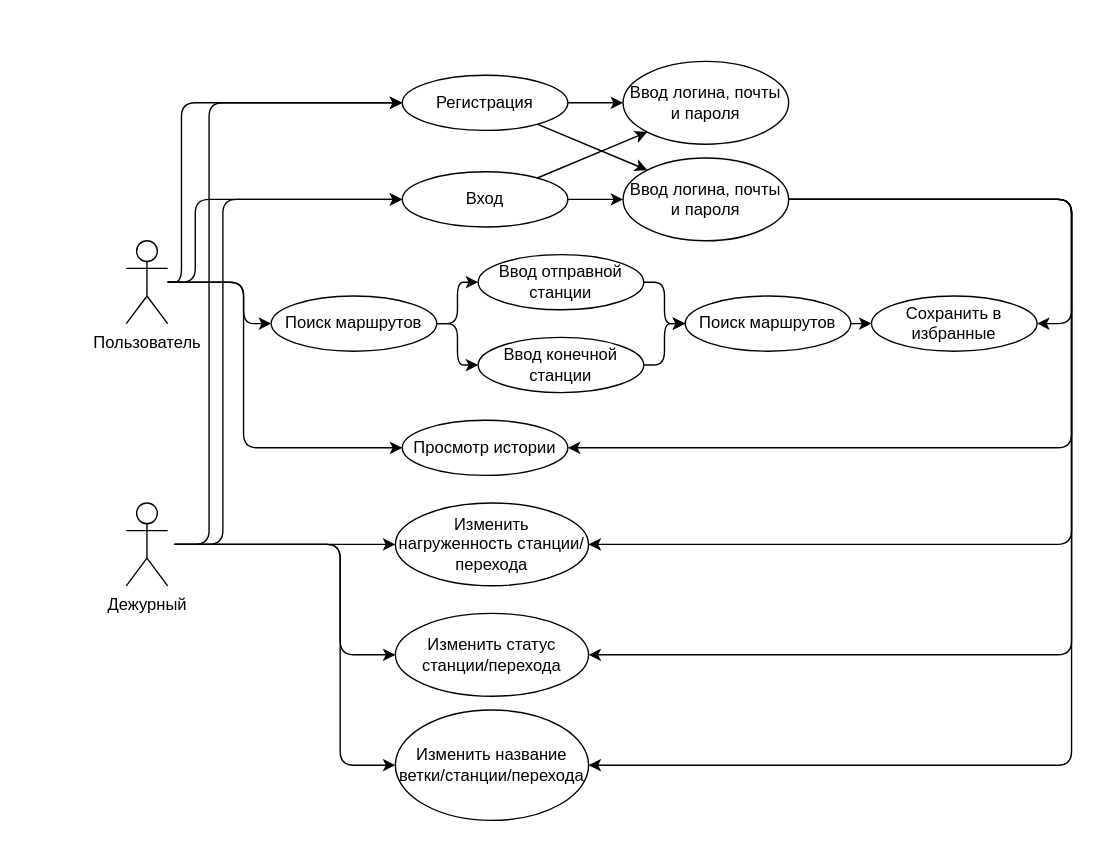
The draw.io diagram charts/use-case.drawio in Mihyich/PPO, before the edit. Source tidied: cells renumbered, new cells numbered last; positions are measured from the earlier drawing's top-left corner, leaving out a move shared by most shapes. Both pictures are drawn from the tidied source at 138%, with x=0, y=0 at pixel (126, 61).
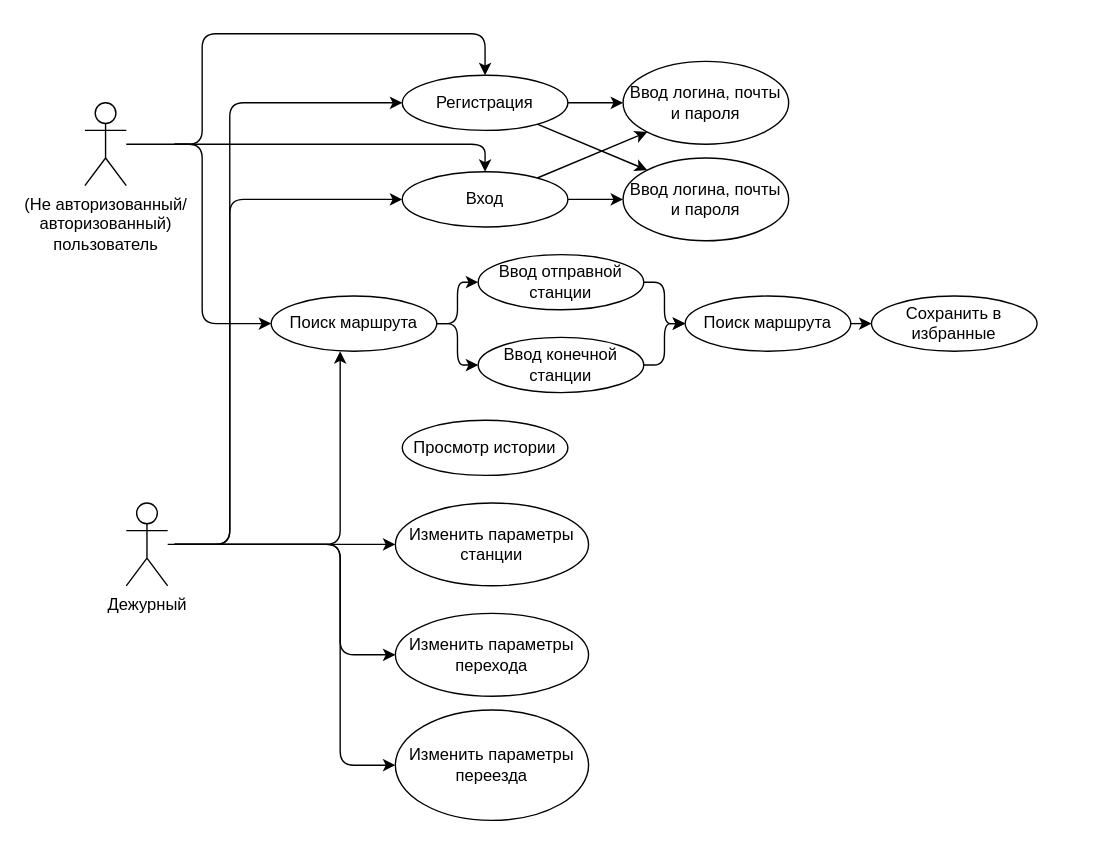
The same page after the edit.

Unchanged cells that the change refers to:
```xml
<mxCell id="12" value="Дежурный" style="shape=umlActor;verticalLabelPosition=bottom;verticalAlign=top;html=1;outlineConnect=0;" parent="1" vertex="1">
  <mxGeometry y="320" width="30" height="60" as="geometry" />
</mxCell>
<mxCell id="15" value="Регистрация" style="ellipse;whiteSpace=wrap;html=1;" parent="1" vertex="1">
  <mxGeometry x="200" y="10" width="120" height="40" as="geometry" />
</mxCell>
<mxCell id="18" value="Вход" style="ellipse;whiteSpace=wrap;html=1;" parent="1" vertex="1">
  <mxGeometry x="200" y="80" width="120" height="40" as="geometry" />
</mxCell>
<mxCell id="25" value="&lt;span style=&quot;color: rgb(0, 0, 0);&quot;&gt;Ввод логина, почты и пароля&lt;/span&gt;" style="ellipse;whiteSpace=wrap;html=1;" parent="1" vertex="1">
  <mxGeometry x="360" y="70" width="120" height="60" as="geometry" />
</mxCell>
<mxCell id="30" value="Сохранить в избранные" style="ellipse;whiteSpace=wrap;html=1;" parent="1" vertex="1">
  <mxGeometry x="540" y="170" width="120" height="40" as="geometry" />
</mxCell>
<mxCell id="34" value="Просмотр истории" style="ellipse;whiteSpace=wrap;html=1;" parent="1" vertex="1">
  <mxGeometry x="200" y="260" width="120" height="40" as="geometry" />
</mxCell>
```

Diff of the diagram source:
```diff
@@
-    <mxCell id="2" style="edgeStyle=orthogonalEdgeStyle;html=1;entryX=0;entryY=0.5;entryDx=0;entryDy=0;" parent="1" edge="1" target="15">
-      <mxGeometry relative="1" as="geometry">
-        <mxPoint x="30" y="160" as="sourcePoint" />
-        <Array as="points">
-          <mxPoint x="40" y="160" />
-          <mxPoint x="40" y="30" />
-        </Array>
-      </mxGeometry>
-    </mxCell>
-    <mxCell id="3" style="edgeStyle=orthogonalEdgeStyle;html=1;entryX=0;entryY=0.5;entryDx=0;entryDy=0;" parent="1" edge="1" target="18">
-      <mxGeometry relative="1" as="geometry">
-        <mxPoint x="30" y="160" as="sourcePoint" />
-        <Array as="points">
-          <mxPoint x="50" y="160" />
-          <mxPoint x="50" y="100" />
-        </Array>
-      </mxGeometry>
-    </mxCell>
-    <mxCell id="4" style="edgeStyle=orthogonalEdgeStyle;html=1;entryX=0;entryY=0.5;entryDx=0;entryDy=0;" parent="1" edge="1" target="34">
-      <mxGeometry relative="1" as="geometry">
-        <mxPoint x="30" y="160" as="sourcePoint" />
-        <Array as="points">
-          <mxPoint x="85" y="160" />
-          <mxPoint x="85" y="280" />
-        </Array>
-      </mxGeometry>
-    </mxCell>
+    <mxCell id="40" style="edgeStyle=orthogonalEdgeStyle;rounded=1;jettySize=auto;html=1;entryX=0.5;entryY=0;entryDx=0;entryDy=0;curved=0;" parent="1" edge="1" target="15">
+      <mxGeometry relative="1" as="geometry">
+        <mxPoint x="35" y="60" as="sourcePoint" />
+        <Array as="points">
+          <mxPoint x="55" y="60" />
+          <mxPoint x="55" y="-20" />
+          <mxPoint x="260" y="-20" />
+        </Array>
+      </mxGeometry>
+    </mxCell>
+    <mxCell id="41" style="edgeStyle=orthogonalEdgeStyle;rounded=1;jettySize=auto;html=1;curved=0;" parent="1" edge="1" target="18">
+      <mxGeometry relative="1" as="geometry">
+        <mxPoint x="35" y="60" as="sourcePoint" />
+        <Array as="points">
+          <mxPoint x="260" y="60" />
+        </Array>
+      </mxGeometry>
+    </mxCell>
-    <mxCell id="5" style="edgeStyle=orthogonalEdgeStyle;html=1;entryX=0;entryY=0.5;entryDx=0;entryDy=0;" parent="1" edge="1" source="6" target="38">
+    <mxCell id="5" style="edgeStyle=orthogonalEdgeStyle;rounded=1;jettySize=auto;html=1;entryX=0;entryY=0.5;entryDx=0;entryDy=0;curved=0;" parent="1" edge="1" source="6" target="38">
       <mxGeometry relative="1" as="geometry">
         <Array as="points">
-          <mxPoint x="85" y="160" />
-          <mxPoint x="85" y="190" />
+          <mxPoint x="55" y="60" />
+          <mxPoint x="55" y="190" />
         </Array>
       </mxGeometry>
     </mxCell>
-    <mxCell id="6" value="Пользователь" style="shape=umlActor;verticalLabelPosition=bottom;verticalAlign=top;html=1;outlineConnect=0;" parent="1" vertex="1">
-      <mxGeometry y="130" width="30" height="60" as="geometry" />
+    <mxCell id="6" value="(Не авторизованный/&lt;div&gt;&lt;span style=&quot;background-color: transparent; color: light-dark(rgb(0, 0, 0), rgb(255, 255, 255));&quot;&gt;авторизованный)&lt;/span&gt;&lt;div&gt;пользователь&lt;/div&gt;&lt;/div&gt;" style="shape=umlActor;verticalLabelPosition=bottom;verticalAlign=top;html=1;outlineConnect=0;" parent="1" vertex="1">
+      <mxGeometry x="-30" y="30" width="30" height="60" as="geometry" />
     </mxCell>
     <mxCell id="7" style="edgeStyle=orthogonalEdgeStyle;html=1;entryX=0;entryY=0.5;entryDx=0;entryDy=0;" parent="1" edge="1" target="15">
       <mxGeometry relative="1" as="geometry">
         <mxPoint x="35" y="350" as="sourcePoint" />
         <Array as="points">
-          <mxPoint x="60" y="350" />
-          <mxPoint x="60" y="30" />
+          <mxPoint x="75" y="350" />
+          <mxPoint x="75" y="30" />
         </Array>
       </mxGeometry>
     </mxCell>
     <mxCell id="8" style="edgeStyle=orthogonalEdgeStyle;html=1;" parent="1" edge="1" target="18">
       <mxGeometry relative="1" as="geometry">
         <mxPoint x="35" y="350" as="sourcePoint" />
         <Array as="points">
-          <mxPoint x="70" y="350" />
-          <mxPoint x="70" y="100" />
+          <mxPoint x="75" y="350" />
+          <mxPoint x="75" y="100" />
         </Array>
       </mxGeometry>
     </mxCell>
@@
-    <mxCell id="20" style="edgeStyle=orthogonalEdgeStyle;html=1;exitX=1;exitY=0.5;exitDx=0;exitDy=0;entryX=1;entryY=0.5;entryDx=0;entryDy=0;" parent="1" edge="1" source="25" target="30">
-      <mxGeometry relative="1" as="geometry">
-        <Array as="points">
-          <mxPoint x="685" y="100" />
-          <mxPoint x="685" y="190" />
-        </Array>
-      </mxGeometry>
-    </mxCell>
-    <mxCell id="21" style="edgeStyle=orthogonalEdgeStyle;html=1;exitX=1;exitY=0.5;exitDx=0;exitDy=0;entryX=1;entryY=0.5;entryDx=0;entryDy=0;" parent="1" edge="1" source="25" target="31">
-      <mxGeometry relative="1" as="geometry">
-        <Array as="points">
-          <mxPoint x="685" y="100" />
-          <mxPoint x="685" y="350" />
-        </Array>
-      </mxGeometry>
-    </mxCell>
-    <mxCell id="22" style="edgeStyle=orthogonalEdgeStyle;html=1;exitX=1;exitY=0.5;exitDx=0;exitDy=0;entryX=1;entryY=0.5;entryDx=0;entryDy=0;" parent="1" edge="1" source="25" target="34">
-      <mxGeometry relative="1" as="geometry">
-        <Array as="points">
-          <mxPoint x="685" y="100" />
-          <mxPoint x="685" y="280" />
-        </Array>
-      </mxGeometry>
-    </mxCell>
-    <mxCell id="23" style="edgeStyle=orthogonalEdgeStyle;html=1;exitX=1;exitY=0.5;exitDx=0;exitDy=0;entryX=1;entryY=0.5;entryDx=0;entryDy=0;" parent="1" edge="1" source="25" target="35">
-      <mxGeometry relative="1" as="geometry">
-        <Array as="points">
-          <mxPoint x="685" y="100" />
-          <mxPoint x="685" y="430" />
-        </Array>
-      </mxGeometry>
-    </mxCell>
-    <mxCell id="24" style="edgeStyle=orthogonalEdgeStyle;html=1;exitX=1;exitY=0.5;exitDx=0;exitDy=0;entryX=1;entryY=0.5;entryDx=0;entryDy=0;" parent="1" edge="1" source="25" target="39">
-      <mxGeometry relative="1" as="geometry">
-        <Array as="points">
-          <mxPoint x="685" y="100" />
-          <mxPoint x="685" y="510" />
-        </Array>
-      </mxGeometry>
-    </mxCell>
@@
-    <mxCell id="29" value="Поиск маршрутов" style="ellipse;whiteSpace=wrap;html=1;" parent="1" vertex="1">
+    <mxCell id="29" value="Поиск маршрута" style="ellipse;whiteSpace=wrap;html=1;" parent="1" vertex="1">
       <mxGeometry x="405" y="170" width="120" height="40" as="geometry" />
     </mxCell>
@@
-    <mxCell id="31" value="Изменить нагруженность станции/перехода" style="ellipse;whiteSpace=wrap;html=1;" parent="1" vertex="1">
+    <mxCell id="31" value="Изменить параметры станции" style="ellipse;whiteSpace=wrap;html=1;" parent="1" vertex="1">
       <mxGeometry x="195" y="320" width="140" height="60" as="geometry" />
     </mxCell>
@@
-    <mxCell id="35" value="Изменить статус станции/перехода" style="ellipse;whiteSpace=wrap;html=1;" parent="1" vertex="1">
+    <mxCell id="35" value="Изменить параметры перехода" style="ellipse;whiteSpace=wrap;html=1;" parent="1" vertex="1">
       <mxGeometry x="195" y="400" width="140" height="60" as="geometry" />
     </mxCell>
@@
-    <mxCell id="38" value="Поиск маршрутов" style="ellipse;whiteSpace=wrap;html=1;" parent="1" vertex="1">
+    <mxCell id="38" value="Поиск маршрута" style="ellipse;whiteSpace=wrap;html=1;" parent="1" vertex="1">
       <mxGeometry x="105" y="170" width="120" height="40" as="geometry" />
     </mxCell>
-    <mxCell id="39" value="Изменить название ветки/станции/перехода" style="ellipse;whiteSpace=wrap;html=1;" parent="1" vertex="1">
+    <mxCell id="39" value="Изменить параметры переезда" style="ellipse;whiteSpace=wrap;html=1;" parent="1" vertex="1">
       <mxGeometry x="195" y="470" width="140" height="80" as="geometry" />
     </mxCell>
+    <mxCell id="42" style="edgeStyle=orthogonalEdgeStyle;rounded=1;jettySize=auto;html=1;curved=0;" parent="1" edge="1" source="12">
+      <mxGeometry relative="1" as="geometry">
+        <mxPoint x="155" y="210" as="targetPoint" />
+        <Array as="points">
+          <mxPoint x="155" y="350" />
+          <mxPoint x="155" y="210" />
+        </Array>
+      </mxGeometry>
+    </mxCell>
```
